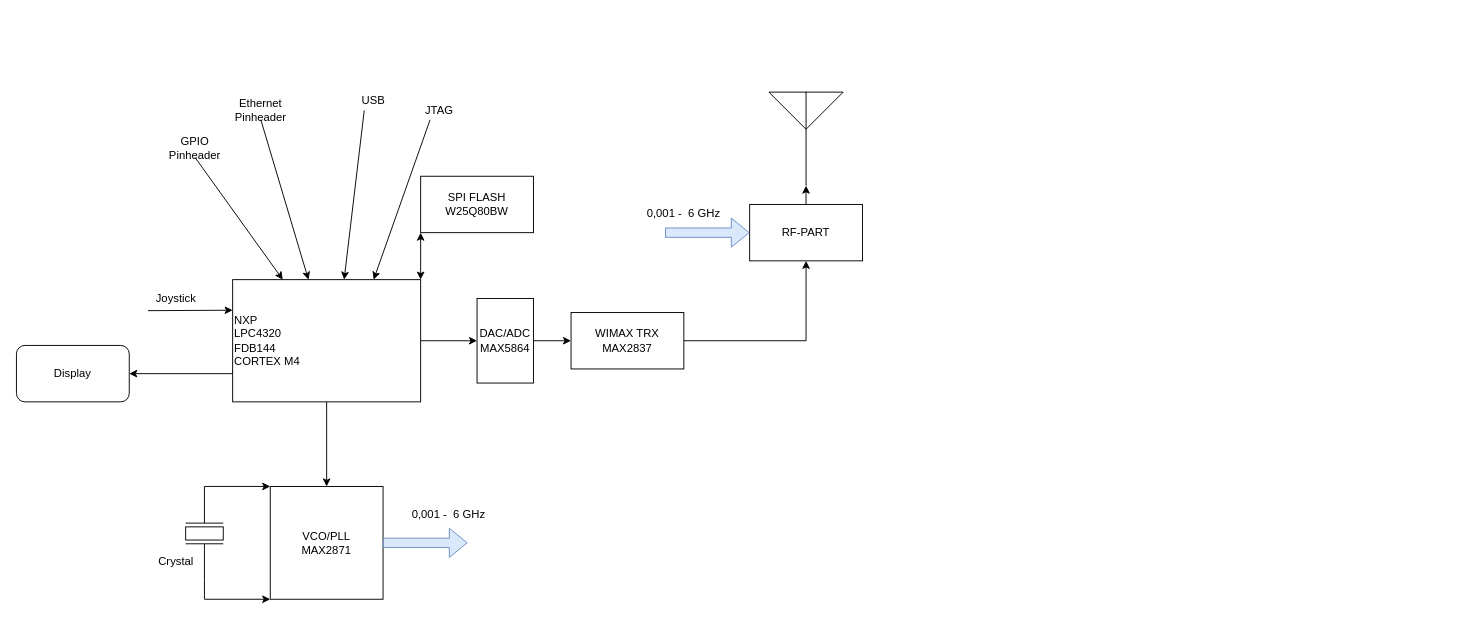
Before: Hack RF block Diagram.drawio in ilhamdestyo/draw.io, a draw.io diagram. Source tidied: cells renumbered, new cells numbered last; positions are measured from the earlier drawing's top-left corner, leaving out a move shared by most shapes. Both pictures are drawn from the tidied source at 94%, with x=0, y=0 at pixel (16, 91).
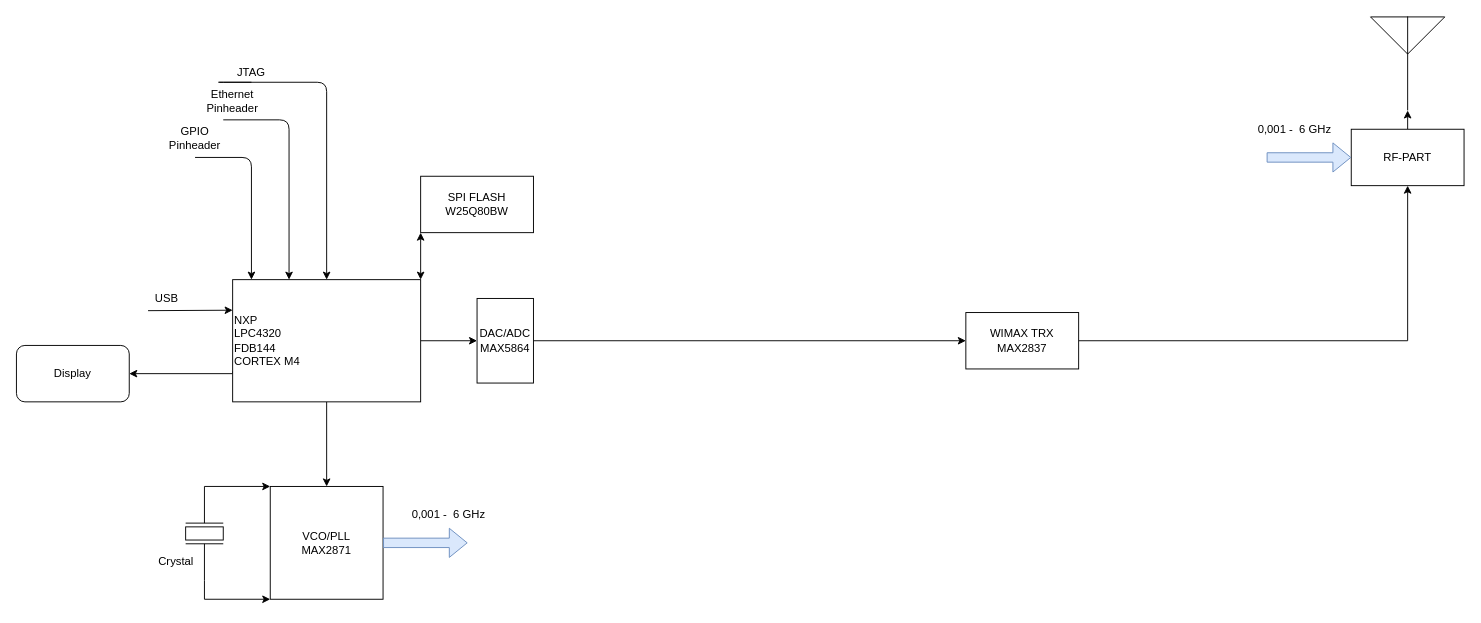
After the change.

The change refers to these unchanged cells:
```xml
<mxCell id="9" value="NXP&lt;br&gt;LPC4320&lt;br&gt;FDB144&lt;br&gt;CORTEX M4" style="rounded=0;whiteSpace=wrap;html=1;align=left;" parent="1" vertex="1">
  <mxGeometry x="230" y="200" width="200" height="130" as="geometry" />
</mxCell>
```

Change to the diagram source:
```diff
@@
-    <mxCell id="12" style="endArrow=classic;html=1;entryX=0.75;entryY=0;entryDx=0;entryDy=0;" parent="1" edge="1" target="9">
-      <mxGeometry relative="1" as="geometry">
-        <mxPoint x="440" y="30" as="sourcePoint" />
-      </mxGeometry>
-    </mxCell>
-    <mxCell id="13" style="endArrow=classic;html=1;entryX=0.593;entryY=0;entryDx=0;entryDy=0;entryPerimeter=0;" parent="1" edge="1" target="9">
-      <mxGeometry relative="1" as="geometry">
-        <mxPoint x="370" y="20" as="sourcePoint" />
-      </mxGeometry>
-    </mxCell>
-    <mxCell id="14" style="endArrow=classic;html=1;" parent="1" edge="1" target="9">
+    <mxCell id="14" style="endArrow=classic;html=1;edgeStyle=orthogonalEdgeStyle;" parent="1" edge="1" target="9">
       <mxGeometry relative="1" as="geometry">
-        <mxPoint x="260" y="30" as="sourcePoint" />
+        <mxPoint x="220" y="30" as="sourcePoint" />
+        <Array as="points">
+          <mxPoint x="290" y="30" />
+        </Array>
       </mxGeometry>
     </mxCell>
-    <mxCell id="15" style="endArrow=classic;html=1;" parent="1" edge="1" target="9">
+    <mxCell id="15" style="endArrow=classic;html=1;edgeStyle=orthogonalEdgeStyle;" parent="1" edge="1" target="9">
       <mxGeometry relative="1" as="geometry">
         <mxPoint x="190" y="70" as="sourcePoint" />
+        <Array as="points">
+          <mxPoint x="250" y="70" />
+        </Array>
       </mxGeometry>
     </mxCell>
     <mxCell id="16" value="GPIO Pinheader" style="text;html=1;strokeColor=none;fillColor=none;align=center;verticalAlign=middle;whiteSpace=wrap;rounded=0;" parent="1" vertex="1">
-      <mxGeometry x="170" y="50" width="40" height="20" as="geometry" />
+      <mxGeometry x="170" y="40" width="40" height="20" as="geometry" />
     </mxCell>
     <mxCell id="17" value="Ethernet Pinheader" style="text;html=1;strokeColor=none;fillColor=none;align=center;verticalAlign=middle;whiteSpace=wrap;rounded=0;" parent="1" vertex="1">
-      <mxGeometry x="240" y="10" width="40" height="20" as="geometry" />
+      <mxGeometry x="210" width="40" height="20" as="geometry" />
     </mxCell>
     <mxCell id="18" value="USB" style="text;html=1;strokeColor=none;fillColor=none;align=center;verticalAlign=middle;whiteSpace=wrap;rounded=0;" parent="1" vertex="1">
-      <mxGeometry x="360" width="40" height="20" as="geometry" />
+      <mxGeometry x="140" y="210" width="40" height="20" as="geometry" />
     </mxCell>
     <mxCell id="19" value="JTAG" style="text;html=1;strokeColor=none;fillColor=none;align=center;verticalAlign=middle;whiteSpace=wrap;rounded=0;" parent="1" vertex="1">
-      <mxGeometry x="430" y="10" width="40" height="20" as="geometry" />
+      <mxGeometry x="230" y="-30" width="40" height="20" as="geometry" />
     </mxCell>
@@
-    <mxCell id="21" value="Joystick" style="text;html=1;strokeColor=none;fillColor=none;align=center;verticalAlign=middle;whiteSpace=wrap;rounded=0;" parent="1" vertex="1">
-      <mxGeometry x="150" y="210" width="40" height="20" as="geometry" />
-    </mxCell>
@@
     <mxCell id="28" value="&lt;div&gt;&lt;span&gt;WIMAX TRX&lt;/span&gt;&lt;/div&gt;&lt;div&gt;&lt;span&gt;MAX2837&lt;/span&gt;&lt;/div&gt;" style="whiteSpace=wrap;html=1;rounded=0;align=center;" parent="1" vertex="1">
-      <mxGeometry x="590" y="235" width="120" height="60" as="geometry" />
+      <mxGeometry x="1010" y="235" width="120" height="60" as="geometry" />
     </mxCell>
@@
     <mxCell id="30" value="&lt;div&gt;RF-PART&lt;/div&gt;" style="whiteSpace=wrap;html=1;rounded=0;align=center;" parent="1" vertex="1">
-      <mxGeometry x="780" y="120" width="120" height="60" as="geometry" />
+      <mxGeometry x="1420" y="40" width="120" height="60" as="geometry" />
     </mxCell>
     <mxCell id="31" style="shape=flexArrow;endArrow=classic;html=1;fillColor=#dae8fc;strokeColor=#6c8ebf;entryX=0;entryY=0.5;entryDx=0;entryDy=0;" parent="1" edge="1" target="30">
       <mxGeometry relative="1" as="geometry">
-        <mxPoint x="690" y="150" as="sourcePoint" />
+        <mxPoint x="1330" y="70" as="sourcePoint" />
       </mxGeometry>
     </mxCell>
     <mxCell id="32" style="verticalLabelPosition=bottom;shadow=0;dashed=0;align=center;html=1;verticalAlign=top;shape=mxgraph.electrical.radio.aerial_-_antenna_2;" parent="1" vertex="1">
-      <mxGeometry x="800.5" width="79" height="100" as="geometry" />
+      <mxGeometry x="1440.5" y="-80" width="79" height="100" as="geometry" />
     </mxCell>
@@
     <mxCell id="34" value="0,001 -&amp;nbsp; 6 GHz" style="text;html=1;strokeColor=none;fillColor=none;align=center;verticalAlign=middle;whiteSpace=wrap;rounded=0;" parent="1" vertex="1">
-      <mxGeometry x="660" y="120" width="100" height="20" as="geometry" />
+      <mxGeometry x="1310" y="30" width="100" height="20" as="geometry" />
     </mxCell>
+    <mxCell id="35" style="endArrow=classic;html=1;edgeStyle=orthogonalEdgeStyle;" parent="1" edge="1">
+      <mxGeometry relative="1" as="geometry">
+        <mxPoint x="250" y="-10" as="sourcePoint" />
+        <mxPoint x="330" y="200" as="targetPoint" />
+        <Array as="points">
+          <mxPoint x="210" y="-10" />
+          <mxPoint x="330" y="-10" />
+        </Array>
+      </mxGeometry>
+    </mxCell>
```
